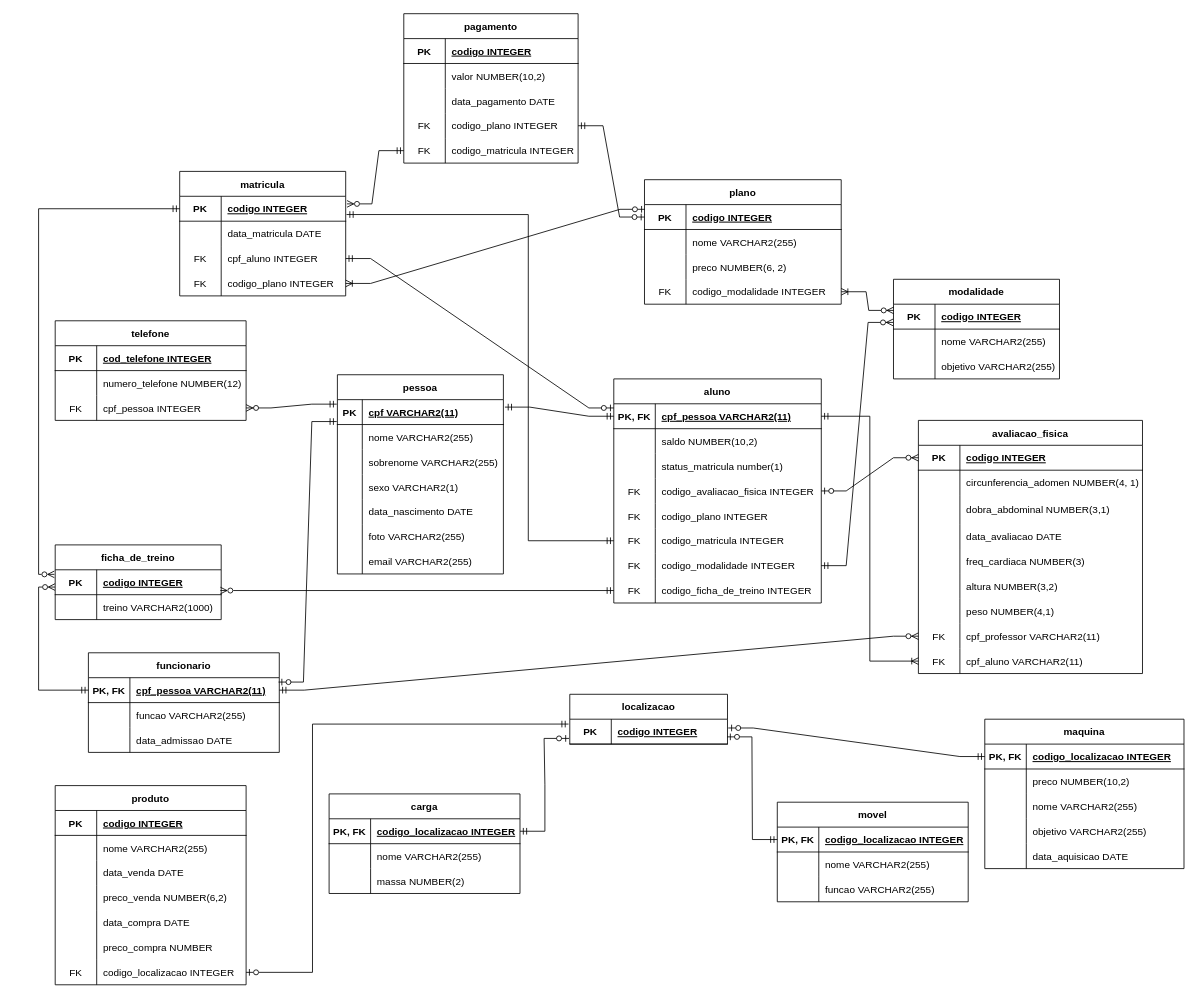
Earlier version of the draw.io diagram GymDataBaseModel.drawio (williamdistler/GymDataBaseModel). Source tidied: cells renumbered, new cells numbered last; positions are measured from the earlier drawing's top-left corner, leaving out a move shared by most shapes. Both pictures are drawn from the tidied source at 83%, with x=0, y=0 at pixel (55, 13).
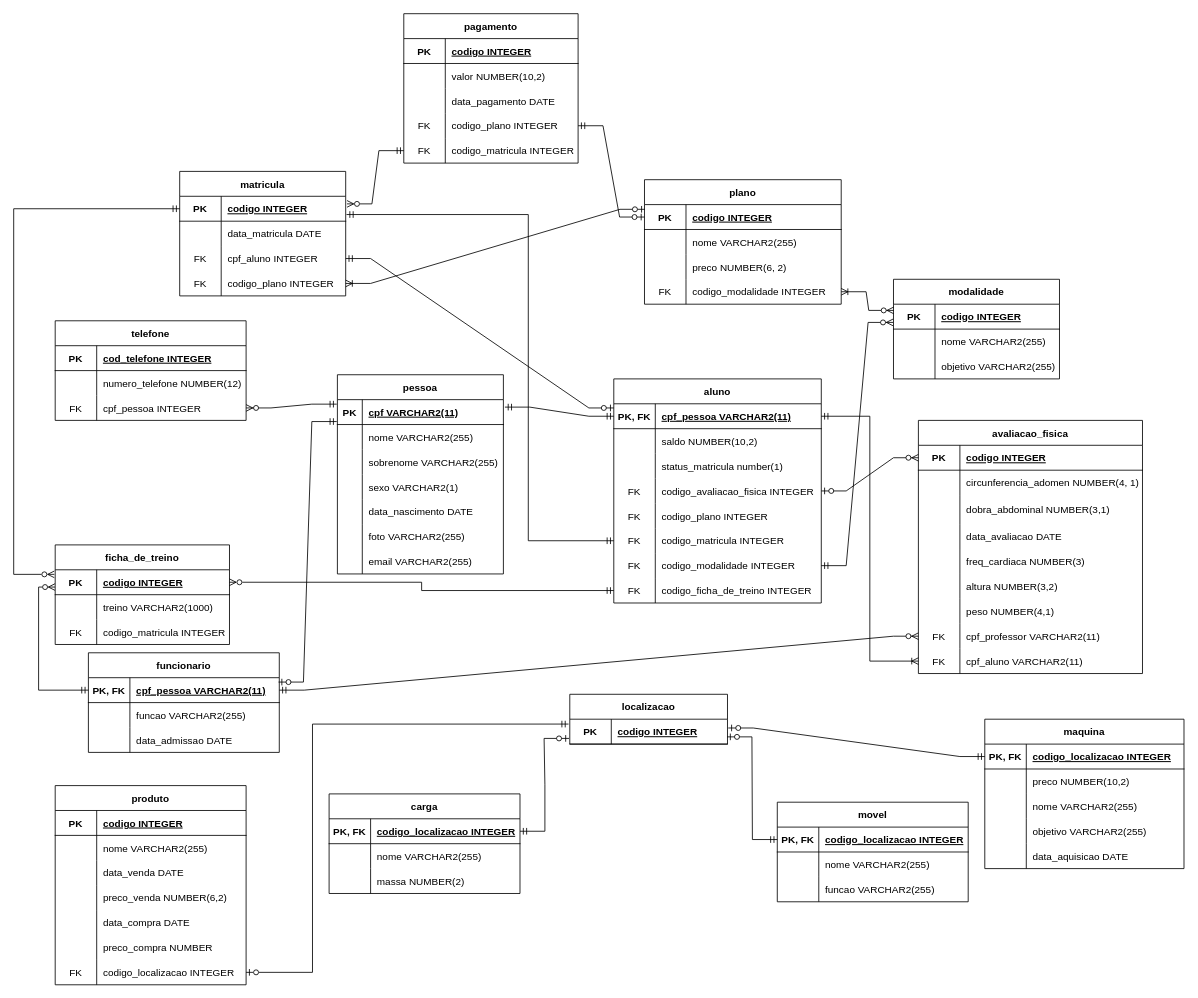
The same page after the edit.

Unchanged cells that the change refers to:
```xml
<mxCell id="96" style="shape=tableRow;horizontal=0;startSize=0;swimlaneHead=0;swimlaneBody=0;fillColor=none;points=[[0,0.5],[1,0.5]];portConstraint=eastwest;top=0;left=0;right=0;bottom=0;" parent="74" vertex="1">
  <mxGeometry y="240" width="250" height="30" as="geometry" />
</mxCell>
<mxCell id="134" style="shape=tableRow;horizontal=0;startSize=0;swimlaneHead=0;swimlaneBody=0;fillColor=none;points=[[0,0.5],[1,0.5]];portConstraint=eastwest;top=0;left=0;right=0;bottom=1;" parent="133" vertex="1">
  <mxGeometry y="30" width="200" height="30" as="geometry" />
</mxCell>
```

Change to the diagram source:
```diff
@@
     <mxCell id="101" value="ficha_de_treino" style="shape=table;startSize=30;childLayout=tableLayout;rowLines=0;fontStyle=1;align=center;" parent="1" vertex="1">
-      <mxGeometry y="640" width="200" height="90" as="geometry" />
+      <mxGeometry y="640" width="210" height="120" as="geometry" />
     </mxCell>
     <mxCell id="102" style="shape=tableRow;horizontal=0;startSize=0;swimlaneHead=0;swimlaneBody=0;fillColor=none;points=[[0,0.5],[1,0.5]];portConstraint=eastwest;top=0;left=0;right=0;bottom=1;" parent="101" vertex="1">
-      <mxGeometry y="30" width="200" height="30" as="geometry" />
+      <mxGeometry y="30" width="210" height="30" as="geometry" />
     </mxCell>
@@
     <mxCell id="104" value="codigo INTEGER" style="shape=partialRectangle;fillColor=none;top=0;left=0;bottom=0;right=0;align=left;spacingLeft=6;fontStyle=5;overflow=hidden;" parent="102" vertex="1">
-      <mxGeometry x="50" width="150" height="30" as="geometry" />
+      <mxGeometry x="50" width="160" height="30" as="geometry" />
     </mxCell>
     <mxCell id="105" style="shape=tableRow;horizontal=0;startSize=0;swimlaneHead=0;swimlaneBody=0;fillColor=none;top=0;left=0;right=0;bottom=0;" parent="101" vertex="1">
-      <mxGeometry y="60" width="200" height="30" as="geometry" />
+      <mxGeometry y="60" width="210" height="30" as="geometry" />
     </mxCell>
@@
     <mxCell id="107" value="treino VARCHAR2(1000)" style="shape=partialRectangle;fillColor=none;top=0;left=0;bottom=0;right=0;align=left;spacingLeft=6;overflow=hidden;" parent="105" vertex="1">
-      <mxGeometry x="50" width="150" height="30" as="geometry" />
+      <mxGeometry x="50" width="160" height="30" as="geometry" />
     </mxCell>
+    <mxCell id="238" style="shape=tableRow;horizontal=0;startSize=0;swimlaneHead=0;swimlaneBody=0;fillColor=none;top=0;left=0;right=0;bottom=0;" parent="101" vertex="1">
+      <mxGeometry y="90" width="210" height="30" as="geometry" />
+    </mxCell>
+    <mxCell id="239" value="FK" style="shape=partialRectangle;fillColor=none;top=0;left=0;bottom=0;right=0;overflow=hidden;" parent="238" vertex="1">
+      <mxGeometry width="50" height="30" as="geometry" />
+    </mxCell>
+    <mxCell id="240" value="codigo_matricula INTEGER" style="shape=partialRectangle;fillColor=none;top=0;left=0;bottom=0;right=0;align=left;spacingLeft=6;overflow=hidden;" parent="238" vertex="1">
+      <mxGeometry x="50" width="160" height="30" as="geometry" />
+    </mxCell>
@@
     <mxCell id="233" style="edgeStyle=orthogonalEdgeStyle;rounded=0;jettySize=auto;html=1;exitX=-0.005;exitY=0.183;exitDx=0;exitDy=0;entryX=0;entryY=0.5;entryDx=0;entryDy=0;startArrow=ERzeroToMany;startFill=0;endArrow=ERmandOne;endFill=0;exitPerimeter=0;" parent="1" edge="1" source="102" target="134">
-      <mxGeometry relative="1" as="geometry" />
+      <mxGeometry relative="1" as="geometry">
+        <Array as="points">
+          <mxPoint x="-50" y="676" />
+          <mxPoint x="-50" y="235" />
+        </Array>
+      </mxGeometry>
     </mxCell>
@@
-    <mxCell id="235" style="edgeStyle=orthogonalEdgeStyle;rounded=0;jettySize=auto;html=1;startArrow=ERmandOne;startFill=0;endArrow=ERzeroToMany;endFill=0;exitX=0;exitY=0.5;exitDx=0;exitDy=0;" parent="1" edge="1" source="96">
-      <mxGeometry relative="1" as="geometry">
-        <mxPoint x="199" y="695" as="targetPoint" />
-        <Array as="points">
-          <mxPoint x="199" y="695" />
-        </Array>
-      </mxGeometry>
+    <mxCell id="235" style="edgeStyle=orthogonalEdgeStyle;rounded=0;jettySize=auto;html=1;startArrow=ERmandOne;startFill=0;endArrow=ERzeroToMany;endFill=0;exitX=0;exitY=0.5;exitDx=0;exitDy=0;" parent="1" edge="1" source="96" target="102">
+      <mxGeometry relative="1" as="geometry" />
     </mxCell>
```
